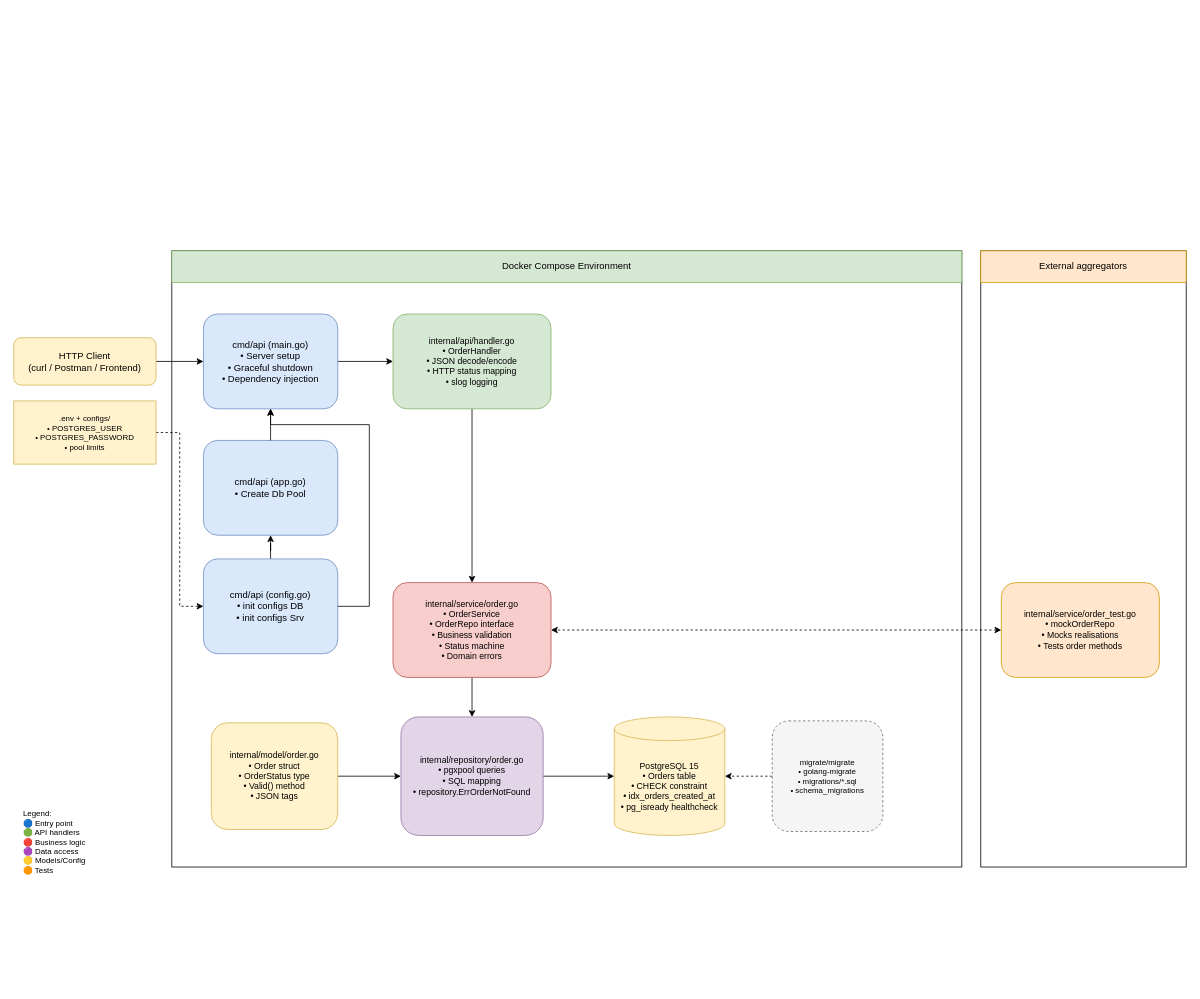
ThisIsTheOldGuard/payship-core keeps this draw.io diagram as docs/Payship_Core_architecture.drawio.xml. Above is the earlier version. Source tidied: cells renumbered, new cells numbered last; positions are measured from the earlier drawing's top-left corner, leaving out a move shared by most shapes. Both pictures are drawn from the tidied source at 79%, with x=0, y=0 at pixel (13, 250).
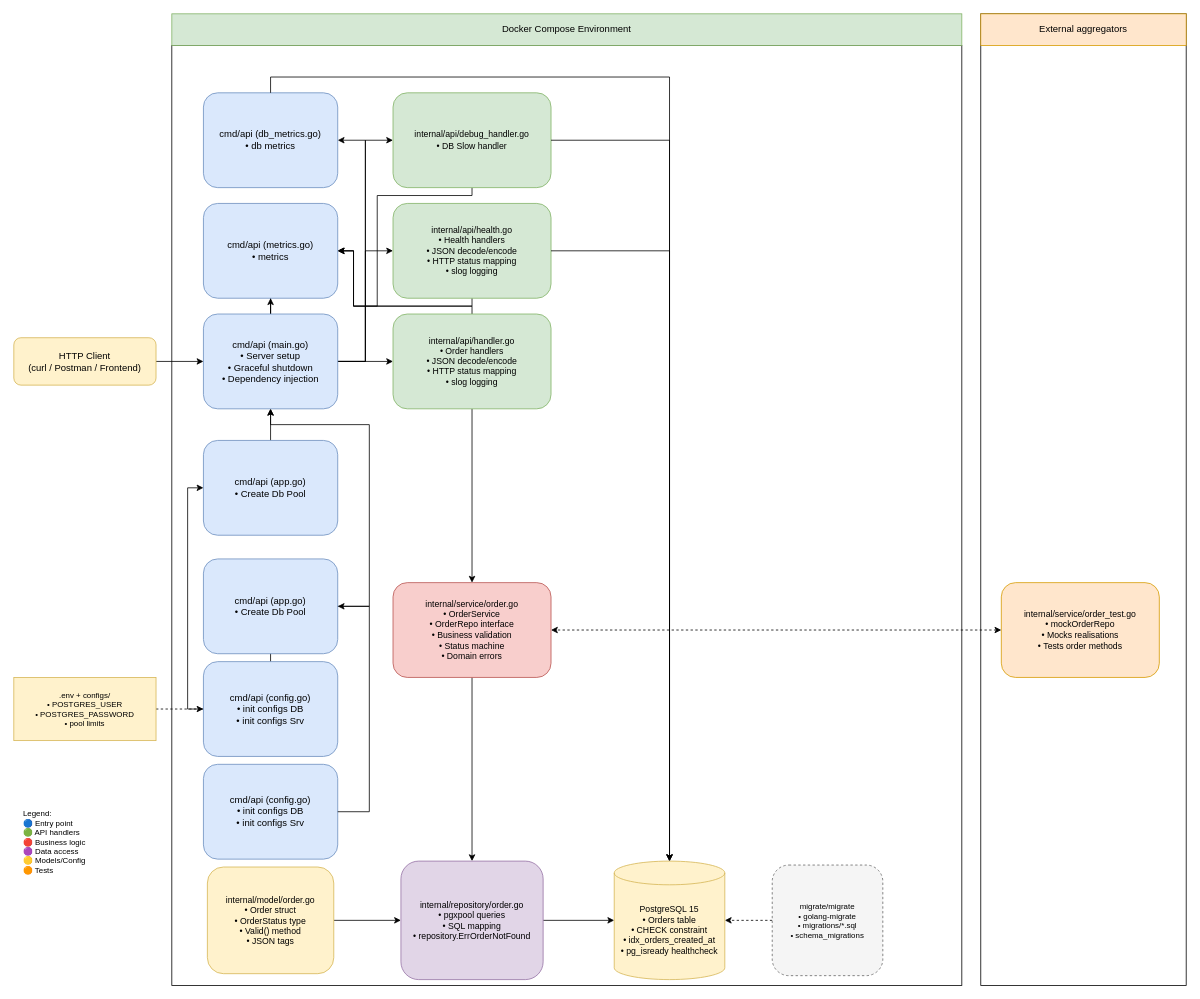
The same diagram, later.

Commit message (it also covers changes not shown here):
Added health check methods

The change refers to these unchanged cells:
```xml
<mxCell id="25" value="cmd/api (main.go)&#10;• Server setup&#10;• Graceful shutdown&#10;• Dependency injection" style="rounded=1;whiteSpace=wrap;html=1;fillColor=#dae8fc;strokeColor=#6c8ebf;fontSize=12;" parent="1" vertex="1">
  <mxGeometry x="240" y="80" width="170" height="120" as="geometry" />
</mxCell>
```

What changed in the source:
```diff
@@
-    <mxCell id="2" style="group;" parent="1" vertex="1">
-      <mxGeometry x="200" width="1000" height="780" as="geometry" />
-    </mxCell>
-    <mxCell id="3" style="rounded=0;whiteSpace=wrap;html=1;fillColor=none;" parent="2" vertex="1">
-      <mxGeometry width="1000" height="780" as="geometry" />
+    <mxCell id="3" style="rounded=0;whiteSpace=wrap;html=1;fillColor=none;" parent="1" vertex="1">
+      <mxGeometry x="200" y="-260" width="1000" height="1190" as="geometry" />
     </mxCell>
-    <mxCell id="4" value="Docker Compose Environment" style="rounded=0;whiteSpace=wrap;html=1;fillColor=#d5e8d4;strokeColor=#82b366;" parent="2" vertex="1">
-      <mxGeometry width="1000" height="40" as="geometry" />
-    </mxCell>
-    <mxCell id="5" style="edgeStyle=orthogonalEdgeStyle;rounded=0;jettySize=auto;html=1;" parent="2" edge="1" source="6" target="7">
-      <mxGeometry relative="1" as="geometry" />
-    </mxCell>
-    <mxCell id="6" value="cmd/api (config.go)&lt;br&gt;• init configs DB&lt;br&gt;•&amp;nbsp;init configs Srv" style="rounded=1;whiteSpace=wrap;html=1;fillColor=#dae8fc;strokeColor=#6c8ebf;fontSize=12;" parent="2" vertex="1">
-      <mxGeometry x="40" y="390" width="170" height="120" as="geometry" />
-    </mxCell>
-    <mxCell id="7" value="cmd/api (app.go)&lt;br&gt;• Create Db Pool" style="rounded=1;whiteSpace=wrap;html=1;fillColor=#dae8fc;strokeColor=#6c8ebf;fontSize=12;" parent="2" vertex="1">
-      <mxGeometry x="40" y="240" width="170" height="120" as="geometry" />
-    </mxCell>
@@
     <mxCell id="17" value="internal/repository/order.go&lt;br&gt;• pgxpool queries&lt;br&gt;• SQL mapping&lt;br&gt;• repository.ErrOrderNotFound" style="rounded=1;whiteSpace=wrap;html=1;fillColor=#e1d5e7;strokeColor=#9673a6;fontSize=11;" parent="1" vertex="1">
-      <mxGeometry x="490" y="590" width="180" height="150" as="geometry" />
+      <mxGeometry x="490" y="772.5" width="180" height="150" as="geometry" />
     </mxCell>
     <mxCell id="18" value="PostgreSQL 15&lt;br&gt;• Orders table&lt;br&gt;• CHECK constraint&lt;br&gt;• idx_orders_created_at&lt;br&gt;• pg_isready healthcheck" style="shape=cylinder3;whiteSpace=wrap;html=1;boundedLbl=1;backgroundOutline=1;size=15;fillColor=#fff2cc;strokeColor=#d6b656;fontSize=11;" parent="1" vertex="1">
-      <mxGeometry x="760" y="590" width="140" height="150" as="geometry" />
+      <mxGeometry x="760" y="772.5" width="140" height="150" as="geometry" />
     </mxCell>
     <mxCell id="19" value="migrate/migrate&#10;• golang-migrate&#10;• migrations/*.sql&#10;• schema_migrations" style="rounded=1;whiteSpace=wrap;html=1;fillColor=#f5f5f5;strokeColor=#666666;dashed=1;fontSize=10;" parent="1" vertex="1">
-      <mxGeometry x="960" y="595" width="140" height="140" as="geometry" />
+      <mxGeometry x="960" y="777.5" width="140" height="140" as="geometry" />
     </mxCell>
@@
     <mxCell id="21" value=".env + configs/&#10;• POSTGRES_USER&#10;• POSTGRES_PASSWORD&#10;• pool limits" style="note;whiteSpace=wrap;html=1;fillColor=#fff2cc;strokeColor=#d6b656;fontSize=10;" parent="1" vertex="1">
-      <mxGeometry y="190" width="180" height="80" as="geometry" />
+      <mxGeometry y="540" width="180" height="80" as="geometry" />
     </mxCell>
@@
-    <mxCell id="23" value="internal/model/order.go&#10;• Order struct&#10;• OrderStatus type&#10;• Valid() method&#10;• JSON tags" style="rounded=1;whiteSpace=wrap;html=1;fillColor=#fff2cc;strokeColor=#d6b656;fontSize=11;" parent="1" vertex="1">
-      <mxGeometry x="250" y="597.5" width="160" height="135" as="geometry" />
-    </mxCell>
+    <mxCell id="33" style="edgeStyle=orthogonalEdgeStyle;rounded=0;jettySize=auto;html=1;entryX=1;entryY=0.5;entryDx=0;entryDy=0;" parent="1" edge="1" source="24" target="47">
+      <mxGeometry relative="1" as="geometry">
+        <Array as="points">
+          <mxPoint x="580" y="70" />
+          <mxPoint x="430" y="70" />
+          <mxPoint x="430" />
+        </Array>
+      </mxGeometry>
+    </mxCell>
-    <mxCell id="24" value="internal/api/handler.go&#10;• OrderHandler&#10;• JSON decode/encode&#10;• HTTP status mapping&#10;• slog logging" style="rounded=1;whiteSpace=wrap;html=1;fillColor=#d5e8d4;strokeColor=#82b366;fontSize=11;" parent="1" vertex="1">
+    <mxCell id="24" value="internal/api/handler.go&lt;br&gt;• Order handlers&lt;br&gt;• JSON decode/encode&lt;br&gt;• HTTP status mapping&lt;br&gt;• slog logging" style="rounded=1;whiteSpace=wrap;html=1;fillColor=#d5e8d4;strokeColor=#82b366;fontSize=11;" parent="1" vertex="1">
       <mxGeometry x="480" y="80" width="200" height="120" as="geometry" />
     </mxCell>
+    <mxCell id="34" style="edgeStyle=orthogonalEdgeStyle;rounded=0;jettySize=auto;html=1;entryX=0;entryY=0.5;entryDx=0;entryDy=0;" parent="1" edge="1" source="25" target="39">
+      <mxGeometry relative="1" as="geometry" />
+    </mxCell>
+    <mxCell id="35" style="edgeStyle=orthogonalEdgeStyle;rounded=0;jettySize=auto;html=1;entryX=0;entryY=0.5;entryDx=0;entryDy=0;" parent="1" edge="1" source="25" target="41">
+      <mxGeometry relative="1" as="geometry" />
+    </mxCell>
+    <mxCell id="36" style="edgeStyle=orthogonalEdgeStyle;rounded=0;jettySize=auto;html=1;entryX=0.5;entryY=1;entryDx=0;entryDy=0;" parent="1" edge="1" source="25" target="47">
+      <mxGeometry relative="1" as="geometry" />
+    </mxCell>
+    <mxCell id="37" style="edgeStyle=orthogonalEdgeStyle;rounded=0;jettySize=auto;html=1;entryX=1;entryY=0.5;entryDx=0;entryDy=0;" parent="1" edge="1" source="25" target="48">
+      <mxGeometry relative="1" as="geometry">
+        <Array as="points">
+          <mxPoint x="445" y="140" />
+          <mxPoint x="445" y="-140" />
+        </Array>
+      </mxGeometry>
+    </mxCell>
@@
     <mxCell id="29" style="group;" parent="1" vertex="1">
-      <mxGeometry x="1224" width="260" height="780" as="geometry" />
+      <mxGeometry x="1224" y="-300" width="260" height="1230" as="geometry" />
     </mxCell>
     <mxCell id="30" style="rounded=0;whiteSpace=wrap;html=1;fillColor=none;" parent="29" vertex="1">
-      <mxGeometry width="260" height="780" as="geometry" />
+      <mxGeometry width="260" height="1230" as="geometry" />
     </mxCell>
@@
+    <mxCell id="4" value="Docker Compose Environment" style="rounded=0;whiteSpace=wrap;html=1;fillColor=#d5e8d4;strokeColor=#82b366;" parent="1" vertex="1">
+      <mxGeometry x="200" y="-300" width="1000" height="40" as="geometry" />
+    </mxCell>
+    <mxCell id="5" style="edgeStyle=orthogonalEdgeStyle;rounded=0;jettySize=auto;html=1;" parent="1" edge="1" source="6" target="7">
+      <mxGeometry relative="1" as="geometry">
+        <Array as="points">
+          <mxPoint x="220" y="580" />
+          <mxPoint x="220" y="300" />
+        </Array>
+      </mxGeometry>
+    </mxCell>
+    <mxCell id="6" value="cmd/api (config.go)&lt;br&gt;• init configs DB&lt;br&gt;•&amp;nbsp;init configs Srv" style="rounded=1;whiteSpace=wrap;html=1;fillColor=#dae8fc;strokeColor=#6c8ebf;fontSize=12;" parent="1" vertex="1">
+      <mxGeometry x="240" y="520" width="170" height="120" as="geometry" />
+    </mxCell>
+    <mxCell id="7" value="cmd/api (app.go)&lt;br&gt;• Create Db Pool" style="rounded=1;whiteSpace=wrap;html=1;fillColor=#dae8fc;strokeColor=#6c8ebf;fontSize=12;" parent="1" vertex="1">
+      <mxGeometry x="240" y="240" width="170" height="120" as="geometry" />
+    </mxCell>
+    <mxCell id="38" style="edgeStyle=orthogonalEdgeStyle;rounded=0;jettySize=auto;html=1;entryX=1;entryY=0.5;entryDx=0;entryDy=0;" parent="1" edge="1" source="39" target="47">
+      <mxGeometry relative="1" as="geometry">
+        <Array as="points">
+          <mxPoint x="580" y="70" />
+          <mxPoint x="430" y="70" />
+          <mxPoint x="430" />
+        </Array>
+      </mxGeometry>
+    </mxCell>
+    <mxCell id="39" value="internal/api/health.go&lt;br&gt;• Health handlers&lt;br&gt;• JSON decode/encode&lt;br&gt;• HTTP status mapping&lt;br&gt;• slog logging" style="rounded=1;whiteSpace=wrap;html=1;fillColor=#d5e8d4;strokeColor=#82b366;fontSize=11;" parent="1" vertex="1">
+      <mxGeometry x="480" y="-60" width="200" height="120" as="geometry" />
+    </mxCell>
+    <mxCell id="40" style="edgeStyle=orthogonalEdgeStyle;rounded=0;jettySize=auto;html=1;entryX=1;entryY=0.5;entryDx=0;entryDy=0;exitX=0.5;exitY=1;exitDx=0;exitDy=0;" parent="1" edge="1" source="41" target="47">
+      <mxGeometry relative="1" as="geometry">
+        <Array as="points">
+          <mxPoint x="580" y="-70" />
+          <mxPoint x="460" y="-70" />
+          <mxPoint x="460" y="70" />
+          <mxPoint x="430" y="70" />
+          <mxPoint x="430" />
+        </Array>
+      </mxGeometry>
+    </mxCell>
+    <mxCell id="41" value="internal/api/debug_handler.go&lt;br&gt;• DB Slow handler" style="rounded=1;whiteSpace=wrap;html=1;fillColor=#d5e8d4;strokeColor=#82b366;fontSize=11;" parent="1" vertex="1">
+      <mxGeometry x="480" y="-200" width="200" height="120" as="geometry" />
+    </mxCell>
+    <mxCell id="42" value="cmd/api (config.go)&lt;br&gt;• init configs DB&lt;br&gt;•&amp;nbsp;init configs Srv" style="rounded=1;whiteSpace=wrap;html=1;fillColor=#dae8fc;strokeColor=#6c8ebf;fontSize=12;" parent="1" vertex="1">
+      <mxGeometry x="240" y="650" width="170" height="120" as="geometry" />
+    </mxCell>
+    <mxCell id="43" style="edgeStyle=orthogonalEdgeStyle;rounded=0;jettySize=auto;html=1;" parent="1" edge="1" source="42" target="44">
+      <mxGeometry relative="1" as="geometry">
+        <Array as="points">
+          <mxPoint x="450" y="710" />
+          <mxPoint x="450" y="450" />
+        </Array>
+      </mxGeometry>
+    </mxCell>
+    <mxCell id="44" value="cmd/api (app.go)&lt;br&gt;• Create Db Pool" style="rounded=1;whiteSpace=wrap;html=1;fillColor=#dae8fc;strokeColor=#6c8ebf;fontSize=12;" parent="1" vertex="1">
+      <mxGeometry x="240" y="390" width="170" height="120" as="geometry" />
+    </mxCell>
+    <mxCell id="23" value="internal/model/order.go&#10;• Order struct&#10;• OrderStatus type&#10;• Valid() method&#10;• JSON tags" style="rounded=1;whiteSpace=wrap;html=1;fillColor=#fff2cc;strokeColor=#d6b656;fontSize=11;" parent="1" vertex="1">
+      <mxGeometry x="245" y="780" width="160" height="135" as="geometry" />
+    </mxCell>
+    <mxCell id="45" style="edgeStyle=orthogonalEdgeStyle;rounded=0;jettySize=auto;html=1;entryX=0.5;entryY=0;entryDx=0;entryDy=0;entryPerimeter=0;" parent="1" edge="1" source="41" target="18">
+      <mxGeometry relative="1" as="geometry" />
+    </mxCell>
+    <mxCell id="46" style="edgeStyle=orthogonalEdgeStyle;rounded=0;jettySize=auto;html=1;entryX=0.5;entryY=0;entryDx=0;entryDy=0;entryPerimeter=0;" parent="1" edge="1" source="39" target="18">
+      <mxGeometry relative="1" as="geometry" />
+    </mxCell>
+    <mxCell id="47" value="cmd/api (metrics.go)&lt;br&gt;• metrics" style="rounded=1;whiteSpace=wrap;html=1;fillColor=#dae8fc;strokeColor=#6c8ebf;fontSize=12;" parent="1" vertex="1">
+      <mxGeometry x="240" y="-60" width="170" height="120" as="geometry" />
+    </mxCell>
+    <mxCell id="48" value="cmd/api (db_metrics.go)&lt;br&gt;• db metrics" style="rounded=1;whiteSpace=wrap;html=1;fillColor=#dae8fc;strokeColor=#6c8ebf;fontSize=12;" parent="1" vertex="1">
+      <mxGeometry x="240" y="-200" width="170" height="120" as="geometry" />
+    </mxCell>
+    <mxCell id="49" style="edgeStyle=orthogonalEdgeStyle;rounded=0;jettySize=auto;html=1;entryX=0.5;entryY=0;entryDx=0;entryDy=0;entryPerimeter=0;" parent="1" edge="1" source="48" target="18">
+      <mxGeometry relative="1" as="geometry">
+        <Array as="points">
+          <mxPoint x="325" y="-220" />
+          <mxPoint x="830" y="-220" />
+        </Array>
+      </mxGeometry>
+    </mxCell>
```
